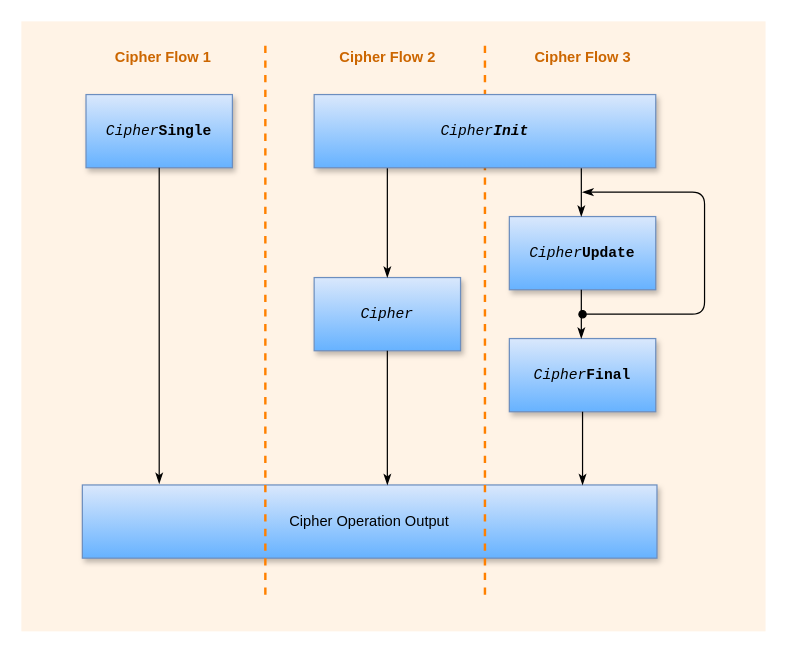
Earlier version of the draw.io diagram golang/func_workflow.drawio (ibm-developer/ibm-cloud-hyperprotectcrypto). Source tidied: cells renumbered, new cells numbered last; positions are measured from the earlier drawing's top-left corner, leaving out a move shared by most shapes. Both pictures are drawn from the tidied source at 122%, with x=0, y=0 at pixel (21, 21).
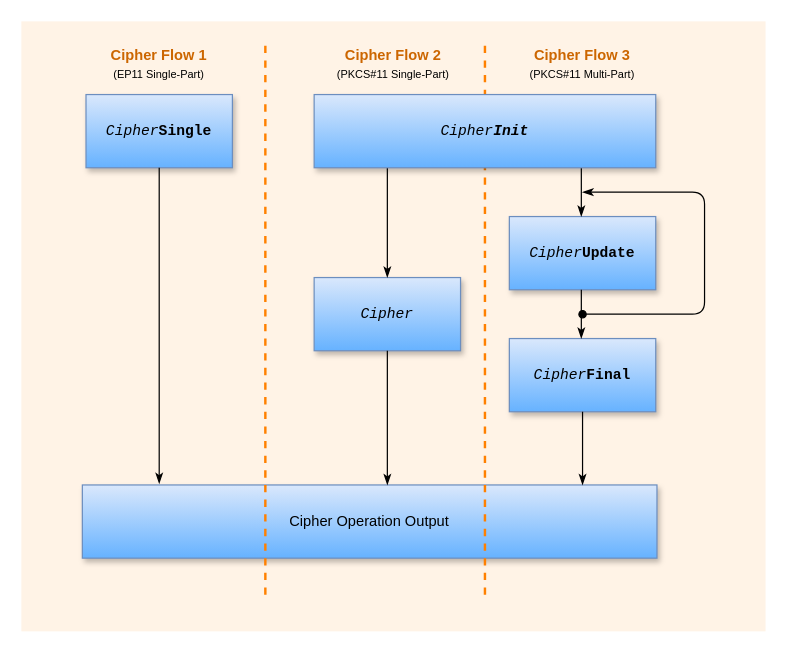
The same page after the edit.

What changed in the source:
```diff
@@
-    <mxCell id="18" value="&lt;b&gt;&lt;font color=&quot;#cc6600&quot;&gt;Cipher Flow 1&lt;/font&gt;&lt;/b&gt;" style="text;html=1;strokeColor=none;fillColor=none;align=center;verticalAlign=middle;whiteSpace=wrap;rounded=0;shadow=1;glass=0;" parent="1" vertex="1">
-      <mxGeometry x="73" y="20" width="87" height="20" as="geometry" />
+    <mxCell id="18" value="&lt;b style=&quot;color: rgb(204 , 102 , 0)&quot;&gt;&lt;font style=&quot;font-size: 12px&quot;&gt;Cipher Flow 1&lt;/font&gt;&lt;/b&gt;&lt;br&gt;&lt;font style=&quot;font-size: 9px&quot;&gt;(EP11 Single-Part)&lt;/font&gt;&lt;br&gt;" style="text;html=1;strokeColor=none;fillColor=none;align=center;verticalAlign=middle;whiteSpace=wrap;rounded=0;shadow=1;glass=0;" parent="1" vertex="1">
+      <mxGeometry x="52" y="20" width="122" height="30" as="geometry" />
     </mxCell>
-    <mxCell id="19" value="&lt;b&gt;&lt;font color=&quot;#cc6600&quot;&gt;Cipher Flow 2&lt;/font&gt;&lt;/b&gt;" style="text;html=1;strokeColor=none;fillColor=none;align=center;verticalAlign=middle;whiteSpace=wrap;rounded=0;shadow=1;glass=0;" parent="1" vertex="1">
-      <mxGeometry x="256.5" y="20" width="87" height="20" as="geometry" />
-    </mxCell>
-    <mxCell id="20" value="&lt;b&gt;&lt;font color=&quot;#cc6600&quot;&gt;Cipher Flow 3&lt;/font&gt;&lt;/b&gt;" style="text;html=1;strokeColor=none;fillColor=none;align=center;verticalAlign=middle;whiteSpace=wrap;rounded=0;shadow=1;glass=0;" parent="1" vertex="1">
-      <mxGeometry x="416.5" y="20" width="87" height="20" as="geometry" />
-    </mxCell>
+    <mxCell id="21" value="&lt;b style=&quot;color: rgb(204 , 102 , 0)&quot;&gt;&lt;font style=&quot;font-size: 12px&quot;&gt;Cipher Flow 2&lt;/font&gt;&lt;/b&gt;&lt;br&gt;&lt;font style=&quot;font-size: 9px&quot;&gt;(PKCS#11 Single-Part)&lt;/font&gt;&lt;br&gt;" style="text;html=1;strokeColor=none;fillColor=none;align=center;verticalAlign=middle;whiteSpace=wrap;rounded=0;shadow=1;glass=0;" parent="1" vertex="1">
+      <mxGeometry x="238" y="20" width="134" height="30" as="geometry" />
+    </mxCell>
+    <mxCell id="22" value="&lt;b style=&quot;color: rgb(204 , 102 , 0)&quot;&gt;&lt;font style=&quot;font-size: 12px&quot;&gt;Cipher Flow 3&lt;/font&gt;&lt;/b&gt;&lt;br&gt;&lt;font style=&quot;font-size: 9px&quot;&gt;(PKCS#11 Multi-Part)&lt;/font&gt;&lt;br&gt;" style="text;html=1;strokeColor=none;fillColor=none;align=center;verticalAlign=middle;whiteSpace=wrap;rounded=0;shadow=1;glass=0;" parent="1" vertex="1">
+      <mxGeometry x="393" y="20" width="134" height="30" as="geometry" />
+    </mxCell>
```
